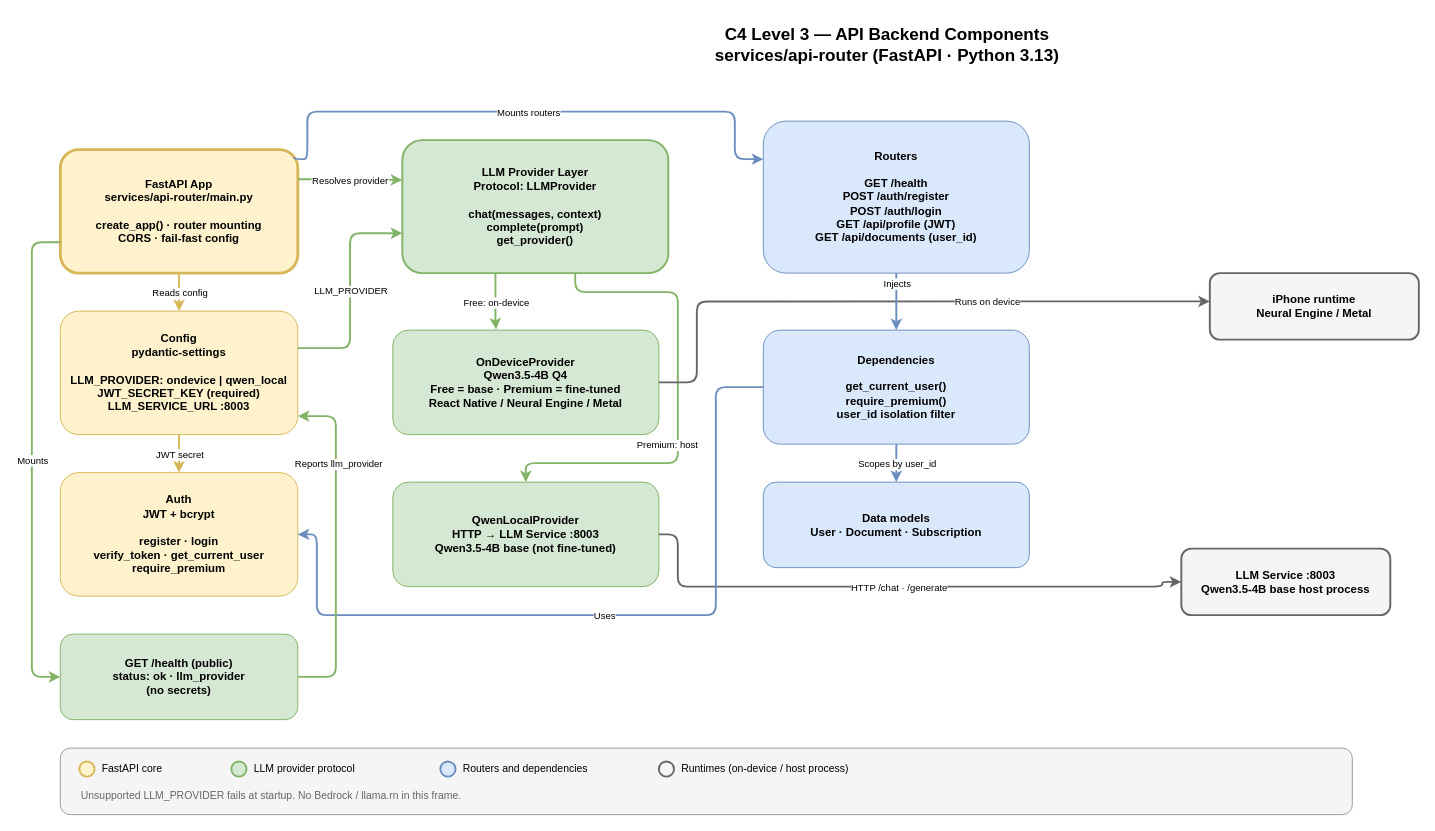
Above: openspec/changes/objective-1-0-architecture-repo/output/diagrams/c4-component-api.drawio in da-ros/llm-brain (draw.io), before the change. Source tidied: cells renumbered, new cells numbered last; positions are measured from the earlier drawing's top-left corner, leaving out a move shared by most shapes. Both pictures are drawn from the tidied source at 95%, with x=0, y=0 at pixel (31, 16).
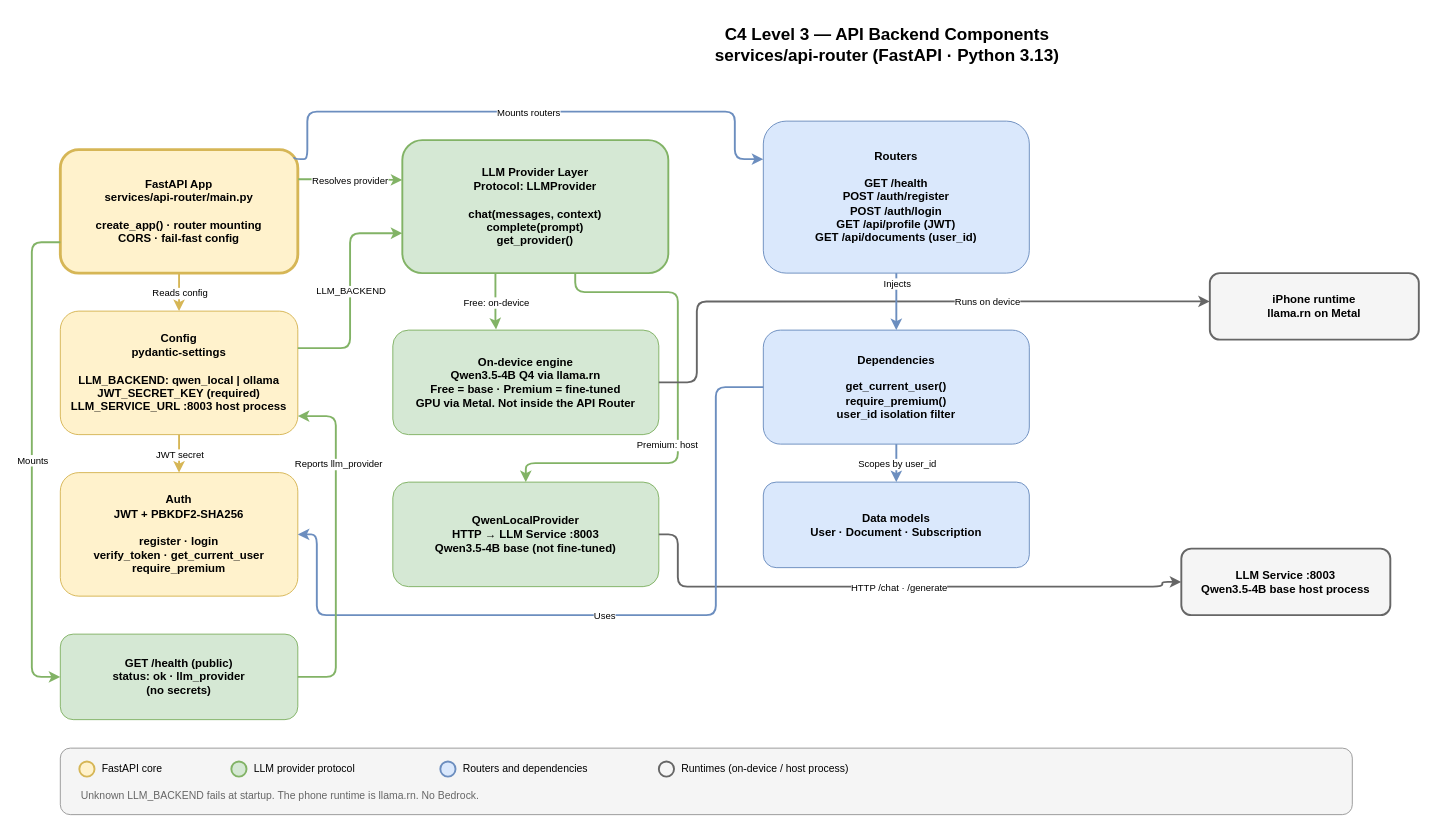
The same diagram, later.

The change refers to these unchanged cells:
```xml
<mxCell id="25" style="edgeStyle=orthogonalEdgeStyle;rounded=1;jettySize=auto;html=1;strokeWidth=2;endArrow=classic;strokeColor=#82b366;exitX=1;exitY=0.3;exitDx=0;exitDy=0;entryX=0;entryY=0.7;entryDx=0;entryDy=0;" parent="1" edge="1" source="4" target="7">
  <mxGeometry relative="1" as="geometry" />
</mxCell>
```

The edit, as a diff of the source:
```diff
@@
-    <mxCell id="4" value="Config&#10;pydantic-settings&#10;&#10;LLM_PROVIDER: ondevice | qwen_local&#10;JWT_SECRET_KEY (required)&#10;LLM_SERVICE_URL :8003" style="rounded=1;whiteSpace=wrap;html=1;fillColor=#fff2cc;strokeColor=#d6b656;fontSize=12;fontStyle=1;" parent="1" vertex="1">
+    <mxCell id="4" value="Config&#10;pydantic-settings&#10;&#10;LLM_BACKEND: qwen_local | ollama&#10;JWT_SECRET_KEY (required)&#10;LLM_SERVICE_URL :8003 host process" style="rounded=1;whiteSpace=wrap;html=1;fillColor=#fff2cc;strokeColor=#d6b656;fontSize=12;fontStyle=1;" parent="1" vertex="1">
       <mxGeometry x="30" y="310" width="250" height="130" as="geometry" />
     </mxCell>
-    <mxCell id="5" value="Auth&#10;JWT + bcrypt&#10;&#10;register · login&#10;verify_token · get_current_user&#10;require_premium" style="rounded=1;whiteSpace=wrap;html=1;fillColor=#fff2cc;strokeColor=#d6b656;fontSize=12;fontStyle=1;" parent="1" vertex="1">
+    <mxCell id="5" value="Auth&#10;JWT + PBKDF2-SHA256&#10;&#10;register · login&#10;verify_token · get_current_user&#10;require_premium" style="rounded=1;whiteSpace=wrap;html=1;fillColor=#fff2cc;strokeColor=#d6b656;fontSize=12;fontStyle=1;" parent="1" vertex="1">
       <mxGeometry x="30" y="480" width="250" height="130" as="geometry" />
     </mxCell>
@@
-    <mxCell id="8" value="OnDeviceProvider&#10;Qwen3.5-4B Q4&#10;Free = base · Premium = fine-tuned&#10;React Native / Neural Engine / Metal" style="rounded=1;whiteSpace=wrap;html=1;fillColor=#d5e8d4;strokeColor=#82b366;fontSize=12;fontStyle=1;" parent="1" vertex="1">
+    <mxCell id="8" value="On-device engine&#10;Qwen3.5-4B Q4 via llama.rn&#10;Free = base · Premium = fine-tuned&#10;GPU via Metal. Not inside the API Router" style="rounded=1;whiteSpace=wrap;html=1;fillColor=#d5e8d4;strokeColor=#82b366;fontSize=12;fontStyle=1;" parent="1" vertex="1">
       <mxGeometry x="380" y="330" width="280" height="110" as="geometry" />
     </mxCell>
@@
-    <mxCell id="13" value="iPhone runtime&#10;Neural Engine / Metal" style="rounded=1;whiteSpace=wrap;html=1;fillColor=#f5f5f5;strokeColor=#666666;fontSize=12;fontStyle=1;strokeWidth=2;" parent="1" vertex="1">
+    <mxCell id="13" value="iPhone runtime&#10;llama.rn on Metal" style="rounded=1;whiteSpace=wrap;html=1;fillColor=#f5f5f5;strokeColor=#666666;fontSize=12;fontStyle=1;strokeWidth=2;" parent="1" vertex="1">
       <mxGeometry x="1240" y="270" width="220" height="70" as="geometry" />
     </mxCell>
@@
-    <mxCell id="26" value="LLM_PROVIDER" style="edgeLabel;html=1;align=center;verticalAlign=middle;fontSize=10;" parent="25" vertex="1">
+    <mxCell id="26" value="LLM_BACKEND" style="edgeLabel;html=1;align=center;verticalAlign=middle;fontSize=10;" parent="25" vertex="1">
       <mxGeometry relative="1" as="geometry" />
     </mxCell>
@@
-    <mxCell id="52" value="Unsupported LLM_PROVIDER fails at startup. No Bedrock / llama.rn in this frame." style="text;html=1;align=left;verticalAlign=middle;strokeColor=none;fillColor=none;fontSize=11;fontColor=#666666;" parent="1" vertex="1">
+    <mxCell id="52" value="Unknown LLM_BACKEND fails at startup. The phone runtime is llama.rn. No Bedrock." style="text;html=1;align=left;verticalAlign=middle;strokeColor=none;fillColor=none;fontSize=11;fontColor=#666666;" parent="1" vertex="1">
       <mxGeometry x="50" y="808" width="1300" height="24" as="geometry" />
     </mxCell>
```
